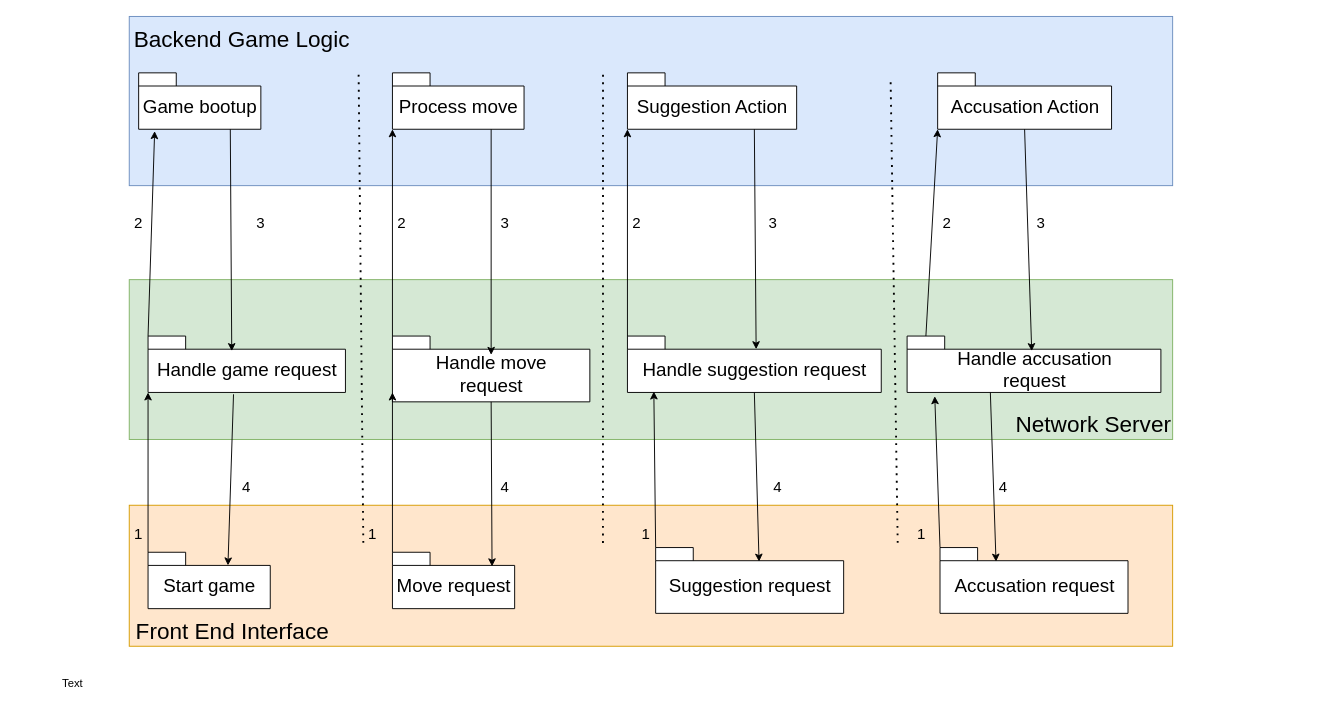
The draw.io diagram interface-Diagram.drawio in Acelhaka/Clueless-game, before the edit. Source tidied: cells renumbered, new cells numbered last; positions are measured from the earlier drawing's top-left corner, leaving out a move shared by most shapes. Both pictures are drawn from the tidied source at 94%, with x=0, y=0 at pixel (16, 16).
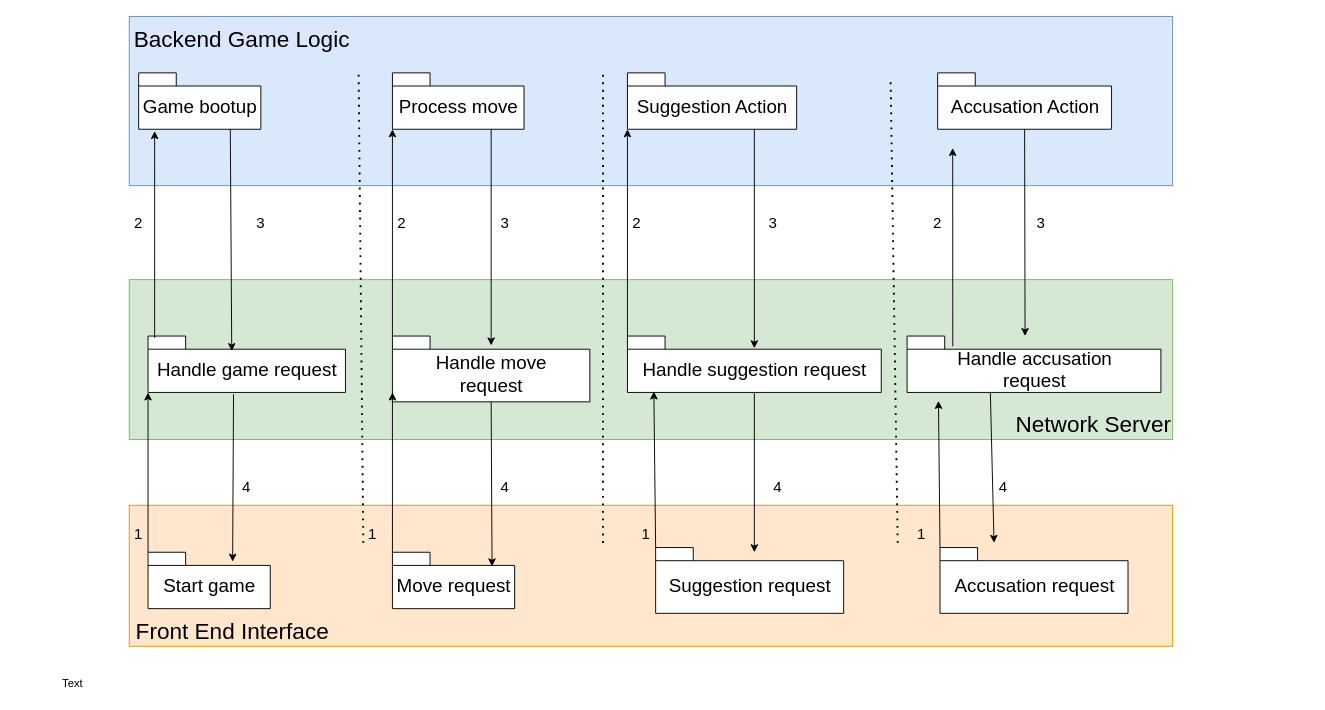
Above is the later version.

The change refers to these unchanged cells:
```xml
<mxCell id="4" value="&lt;font style=&quot;font-weight: normal ; font-size: 20px&quot;&gt;Game bootup&lt;/font&gt;" style="shape=folder;fontStyle=1;spacingTop=10;tabWidth=40;tabHeight=14;tabPosition=left;html=1;" parent="1" vertex="1">
  <mxGeometry x="130" y="60" width="130" height="60" as="geometry" />
</mxCell>
<mxCell id="7" value="&lt;font style=&quot;font-weight: normal ; font-size: 20px&quot;&gt;Process move&lt;/font&gt;" style="shape=folder;fontStyle=1;spacingTop=10;tabWidth=40;tabHeight=14;tabPosition=left;html=1;" parent="1" vertex="1">
  <mxGeometry x="400" y="60" width="140" height="60" as="geometry" />
</mxCell>
<mxCell id="8" value="&lt;font style=&quot;font-weight: normal ; font-size: 20px&quot;&gt;Suggestion Action&lt;/font&gt;" style="shape=folder;fontStyle=1;spacingTop=10;tabWidth=40;tabHeight=14;tabPosition=left;html=1;" parent="1" vertex="1">
  <mxGeometry x="650" y="60" width="180" height="60" as="geometry" />
</mxCell>
<mxCell id="9" value="&lt;font style=&quot;font-weight: normal ; font-size: 20px&quot;&gt;Accusation Action&lt;/font&gt;" style="shape=folder;fontStyle=1;spacingTop=10;tabWidth=40;tabHeight=14;tabPosition=left;html=1;" parent="1" vertex="1">
  <mxGeometry x="980" y="60" width="185" height="60" as="geometry" />
</mxCell>
<mxCell id="10" value="&lt;font style=&quot;font-size: 20px ; font-weight: normal&quot;&gt;Handle move &lt;br&gt;request&lt;/font&gt;" style="shape=folder;fontStyle=1;spacingTop=10;tabWidth=40;tabHeight=14;tabPosition=left;html=1;" parent="1" vertex="1">
  <mxGeometry x="400" y="340" width="210" height="70" as="geometry" />
</mxCell>
<mxCell id="11" value="&lt;font&gt;&lt;font style=&quot;font-size: 24px&quot;&gt;Network Server&lt;/font&gt;&lt;br&gt;&lt;/font&gt;" style="text;html=1;strokeColor=none;fillColor=none;align=center;verticalAlign=middle;whiteSpace=wrap;rounded=0;" parent="1" vertex="1">
  <mxGeometry x="916" y="410" width="460" height="50" as="geometry" />
</mxCell>
<mxCell id="13" value="&lt;font style=&quot;font-size: 20px ; font-weight: normal&quot;&gt;Handle suggestion request&lt;/font&gt;" style="shape=folder;fontStyle=1;spacingTop=10;tabWidth=40;tabHeight=14;tabPosition=left;html=1;" parent="1" vertex="1">
  <mxGeometry x="650" y="340" width="270" height="60" as="geometry" />
</mxCell>
<mxCell id="15" value="&lt;font style=&quot;font-size: 20px ; font-weight: normal&quot;&gt;Suggestion request&lt;/font&gt;" style="shape=folder;fontStyle=1;spacingTop=10;tabWidth=40;tabHeight=14;tabPosition=left;html=1;" parent="1" vertex="1">
  <mxGeometry x="680" y="565" width="200" height="70" as="geometry" />
</mxCell>
<mxCell id="24" value="&lt;font style=&quot;font-size: 20px ; font-weight: normal&quot;&gt;Start game&lt;/font&gt;" style="shape=folder;fontStyle=1;spacingTop=10;tabWidth=40;tabHeight=14;tabPosition=left;html=1;" parent="1" vertex="1">
  <mxGeometry x="140" y="570" width="130" height="60" as="geometry" />
</mxCell>
<mxCell id="25" value="&lt;font style=&quot;font-size: 20px ; font-weight: normal&quot;&gt;Handle game request&lt;/font&gt;" style="shape=folder;fontStyle=1;spacingTop=10;tabWidth=40;tabHeight=14;tabPosition=left;html=1;" parent="1" vertex="1">
  <mxGeometry x="140" y="340" width="210" height="60" as="geometry" />
</mxCell>
<mxCell id="30" value="&lt;font style=&quot;font-size: 20px ; font-weight: normal&quot;&gt;Handle accusation &lt;br&gt;request&lt;/font&gt;" style="shape=folder;fontStyle=1;spacingTop=10;tabWidth=40;tabHeight=14;tabPosition=left;html=1;" parent="1" vertex="1">
  <mxGeometry x="947.5" y="340" width="270" height="60" as="geometry" />
</mxCell>
<mxCell id="33" value="&lt;font style=&quot;font-size: 20px ; font-weight: normal&quot;&gt;Accusation request&lt;/font&gt;" style="shape=folder;fontStyle=1;spacingTop=10;tabWidth=40;tabHeight=14;tabPosition=left;html=1;" parent="1" vertex="1">
  <mxGeometry x="982.5" y="565" width="200" height="70" as="geometry" />
</mxCell>
```

The edit, as a diff of the source:
```diff
@@
-    <mxCell id="18" style="endArrow=classic;html=1;exitX=0.75;exitY=1;exitDx=0;exitDy=0;exitPerimeter=0;entryX=0.5;entryY=0.286;entryDx=0;entryDy=0;entryPerimeter=0;" parent="1" edge="1" source="7" target="10">
-      <mxGeometry relative="1" as="geometry" />
+    <mxCell id="18" style="endArrow=classic;html=1;exitX=0.75;exitY=1;exitDx=0;exitDy=0;exitPerimeter=0;" parent="1" edge="1" source="7">
+      <mxGeometry relative="1" as="geometry">
+        <mxPoint x="505" y="350" as="targetPoint" />
+      </mxGeometry>
     </mxCell>
@@
-    <mxCell id="22" style="endArrow=classic;html=1;exitX=0.75;exitY=1;exitDx=0;exitDy=0;exitPerimeter=0;entryX=0.507;entryY=0.233;entryDx=0;entryDy=0;entryPerimeter=0;" parent="1" edge="1" source="8" target="13">
+    <mxCell id="22" style="endArrow=classic;html=1;exitX=0.75;exitY=1;exitDx=0;exitDy=0;exitPerimeter=0;entryX=0.5;entryY=0.217;entryDx=0;entryDy=0;entryPerimeter=0;" parent="1" edge="1" source="8" target="13">
       <mxGeometry relative="1" as="geometry" />
     </mxCell>
-    <mxCell id="23" style="endArrow=classic;html=1;exitX=0.5;exitY=1;exitDx=0;exitDy=0;exitPerimeter=0;entryX=0.55;entryY=0.214;entryDx=0;entryDy=0;entryPerimeter=0;" parent="1" edge="1" source="13" target="15">
-      <mxGeometry relative="1" as="geometry" />
+    <mxCell id="23" style="endArrow=classic;html=1;exitX=0.5;exitY=1;exitDx=0;exitDy=0;exitPerimeter=0;" parent="1" edge="1" source="13">
+      <mxGeometry relative="1" as="geometry">
+        <mxPoint x="785" y="570" as="targetPoint" />
+      </mxGeometry>
     </mxCell>
@@
-    <mxCell id="27" style="endArrow=classic;html=1;exitX=0;exitY=0;exitDx=0;exitDy=0;exitPerimeter=0;entryX=0.131;entryY=1.033;entryDx=0;entryDy=0;entryPerimeter=0;" parent="1" edge="1" source="25" target="4">
-      <mxGeometry relative="1" as="geometry" />
+    <mxCell id="27" style="endArrow=classic;html=1;entryX=0.131;entryY=1.033;entryDx=0;entryDy=0;entryPerimeter=0;" parent="1" edge="1" target="4">
+      <mxGeometry relative="1" as="geometry">
+        <mxPoint x="147" y="342" as="sourcePoint" />
+      </mxGeometry>
     </mxCell>
@@
-    <mxCell id="29" style="endArrow=classic;html=1;exitX=0.433;exitY=1.033;exitDx=0;exitDy=0;exitPerimeter=0;entryX=0;entryY=0;entryDx=85;entryDy=14;entryPerimeter=0;" parent="1" edge="1" source="25" target="24">
-      <mxGeometry relative="1" as="geometry" />
+    <mxCell id="29" style="endArrow=classic;html=1;exitX=0.433;exitY=1.033;exitDx=0;exitDy=0;exitPerimeter=0;" parent="1" edge="1" source="25">
+      <mxGeometry relative="1" as="geometry">
+        <mxPoint x="230" y="580" as="targetPoint" />
+      </mxGeometry>
     </mxCell>
@@
-    <mxCell id="31" style="endArrow=classic;html=1;exitX=0;exitY=0;exitDx=20;exitDy=0;exitPerimeter=0;entryX=0;entryY=0;entryDx=0;entryDy=60;entryPerimeter=0;" parent="1" edge="1" source="30" target="9">
-      <mxGeometry relative="1" as="geometry" />
+    <mxCell id="31" style="endArrow=classic;html=1;exitX=0.18;exitY=0.183;exitDx=0;exitDy=0;exitPerimeter=0;" parent="1" edge="1" source="30">
+      <mxGeometry relative="1" as="geometry">
+        <mxPoint x="996" y="140" as="targetPoint" />
+      </mxGeometry>
     </mxCell>
-    <mxCell id="32" style="endArrow=classic;html=1;exitX=0.5;exitY=1;exitDx=0;exitDy=0;exitPerimeter=0;fontStyle=1;entryX=0.491;entryY=0.267;entryDx=0;entryDy=0;entryPerimeter=0;" parent="1" edge="1" source="9" target="30">
-      <mxGeometry relative="1" as="geometry" />
+    <mxCell id="32" style="endArrow=classic;html=1;exitX=0.5;exitY=1;exitDx=0;exitDy=0;exitPerimeter=0;fontStyle=1;" parent="1" edge="1" source="9">
+      <mxGeometry relative="1" as="geometry">
+        <mxPoint x="1073" y="340" as="targetPoint" />
+      </mxGeometry>
     </mxCell>
@@
-    <mxCell id="34" style="endArrow=classic;html=1;exitX=0.328;exitY=1;exitDx=0;exitDy=0;entryX=0.298;entryY=0.214;entryDx=0;entryDy=0;entryPerimeter=0;fontStyle=1;exitPerimeter=0;" parent="1" edge="1" source="30" target="33">
-      <mxGeometry relative="1" as="geometry" />
+    <mxCell id="34" style="endArrow=classic;html=1;exitX=0.328;exitY=1;exitDx=0;exitDy=0;fontStyle=1;exitPerimeter=0;" parent="1" edge="1" source="30">
+      <mxGeometry relative="1" as="geometry">
+        <mxPoint x="1040" y="560" as="targetPoint" />
+      </mxGeometry>
     </mxCell>
-    <mxCell id="35" style="endArrow=classic;html=1;exitX=0;exitY=0;exitDx=0;exitDy=0;fontStyle=1;exitPerimeter=0;entryX=0.109;entryY=1.067;entryDx=0;entryDy=0;entryPerimeter=0;" parent="1" edge="1" source="33" target="30">
+    <mxCell id="35" style="endArrow=classic;html=1;exitX=0;exitY=0;exitDx=0;exitDy=0;fontStyle=1;exitPerimeter=0;entryX=0.141;entryY=-0.02;entryDx=0;entryDy=0;entryPerimeter=0;" parent="1" edge="1" source="33" target="11">
       <mxGeometry relative="1" as="geometry" />
     </mxCell>
@@
     <mxCell id="52" value="&lt;font style=&quot;font-size: 16px&quot;&gt;2&lt;/font&gt;" style="text;html=1;strokeColor=none;fillColor=none;align=center;verticalAlign=middle;whiteSpace=wrap;rounded=0;" parent="1" vertex="1">
-      <mxGeometry x="970" y="210" width="40" height="20" as="geometry" />
+      <mxGeometry x="960" y="210" width="40" height="20" as="geometry" />
     </mxCell>
```
